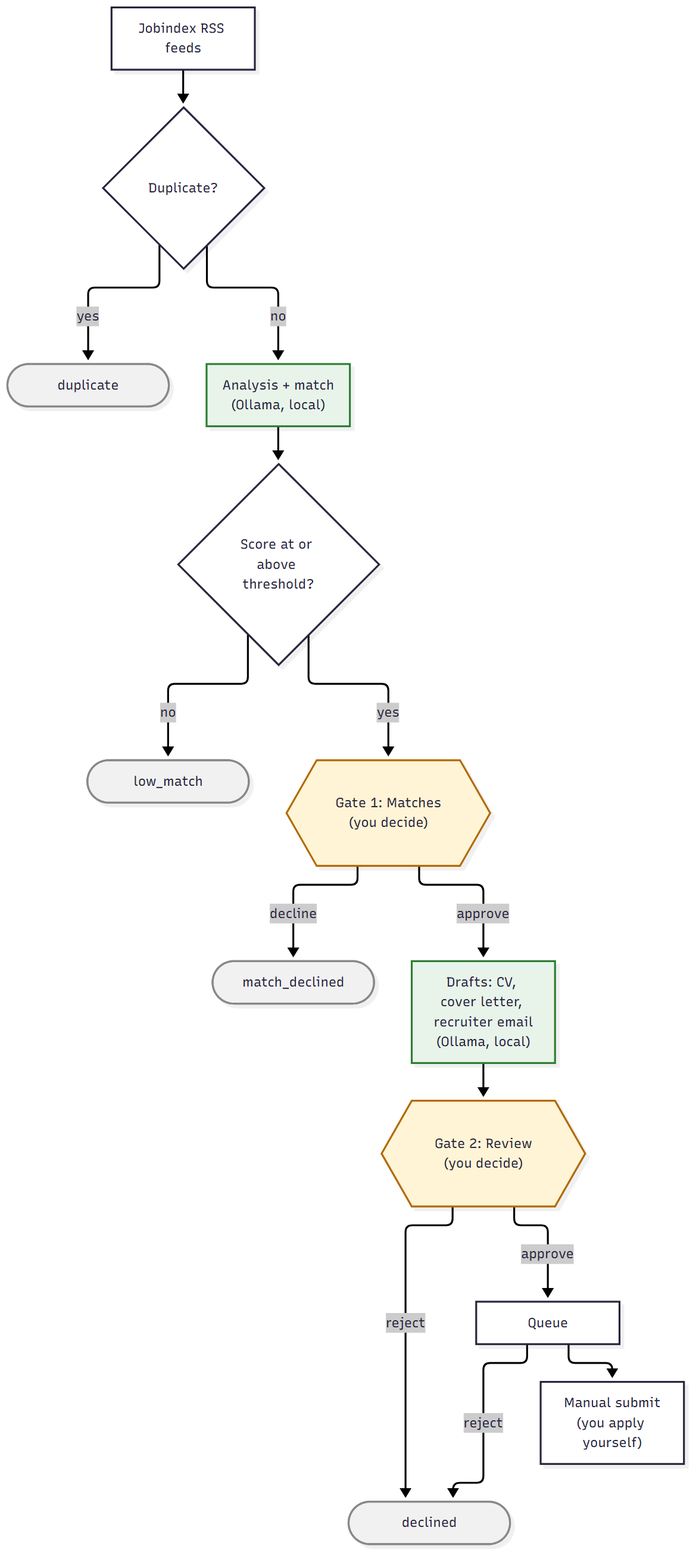
This is docs/assets/workflow.png from mxbrumer/CV-Automation, a Mermaid export, as it was before one commit. Its source is kept beside it as docs/assets/workflow.mmd.
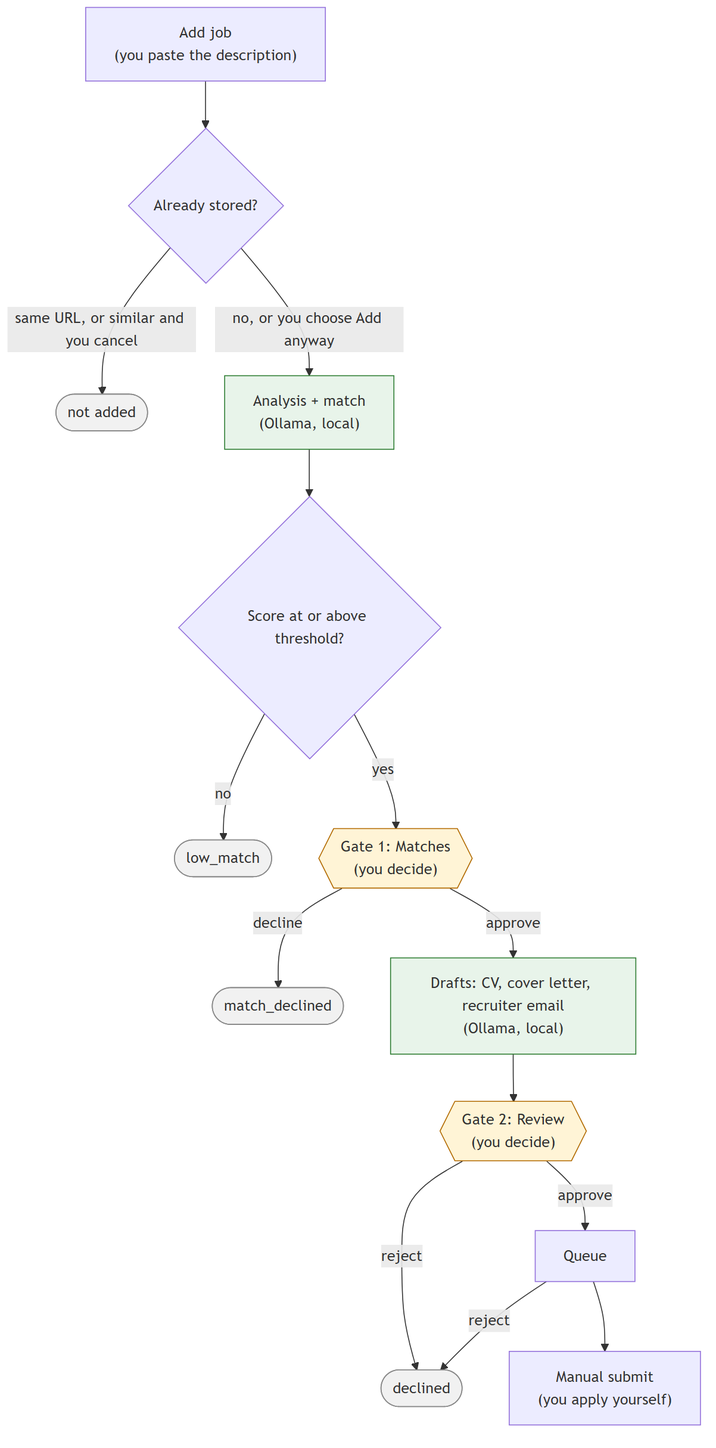
The same diagram one commit later.

What changed in the source:
```diff
@@ -1,7 +1,7 @@
 flowchart TD
-  feed["Jobindex RSS feeds"] --> dedup{"Duplicate?"}
-  dedup -- yes --> dup(["duplicate"])
-  dedup -- no --> analyse["Analysis + match<br/>(Ollama, local)"]
+  paste["Add job<br/>(you paste the description)"] --> dedup{"Already stored?"}
+  dedup -- "same URL, or similar and you cancel" --> dup(["not added"])
+  dedup -- "no, or you choose Add anyway" --> analyse["Analysis + match<br/>(Ollama, local)"]
   analyse --> thr{"Score at or above threshold?"}
   thr -- no --> low(["low_match"])
   thr -- yes --> g1{{"Gate 1: Matches<br/>(you decide)"}}
```
